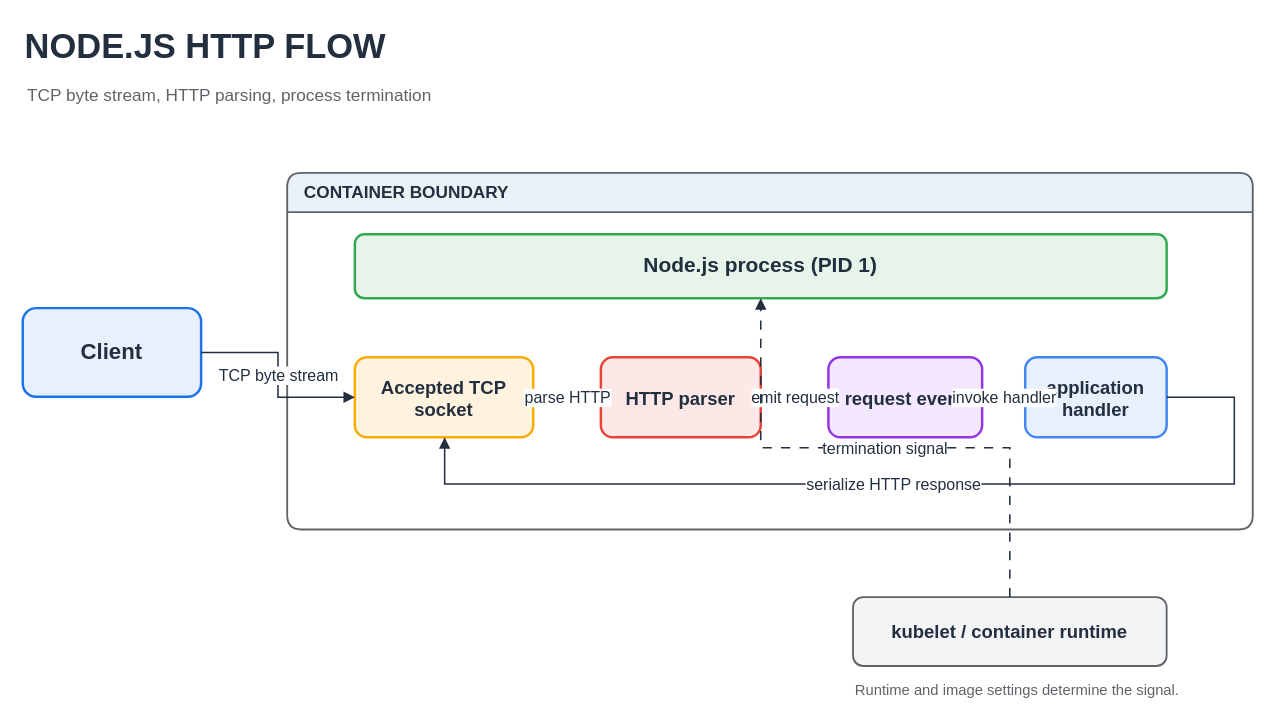
This is assets/img/nodejs/node-http-request-lifecycle-flow.drawio from KKamJi98/kkamji98.github.io, a draw.io file, before an edit. Source tidied: cells renumbered, new cells numbered last; positions are measured from the earlier drawing's top-left corner, leaving out a move shared by most shapes. Both pictures are drawn from the tidied source at 123%, with x=0, y=0 at pixel (22, 21).
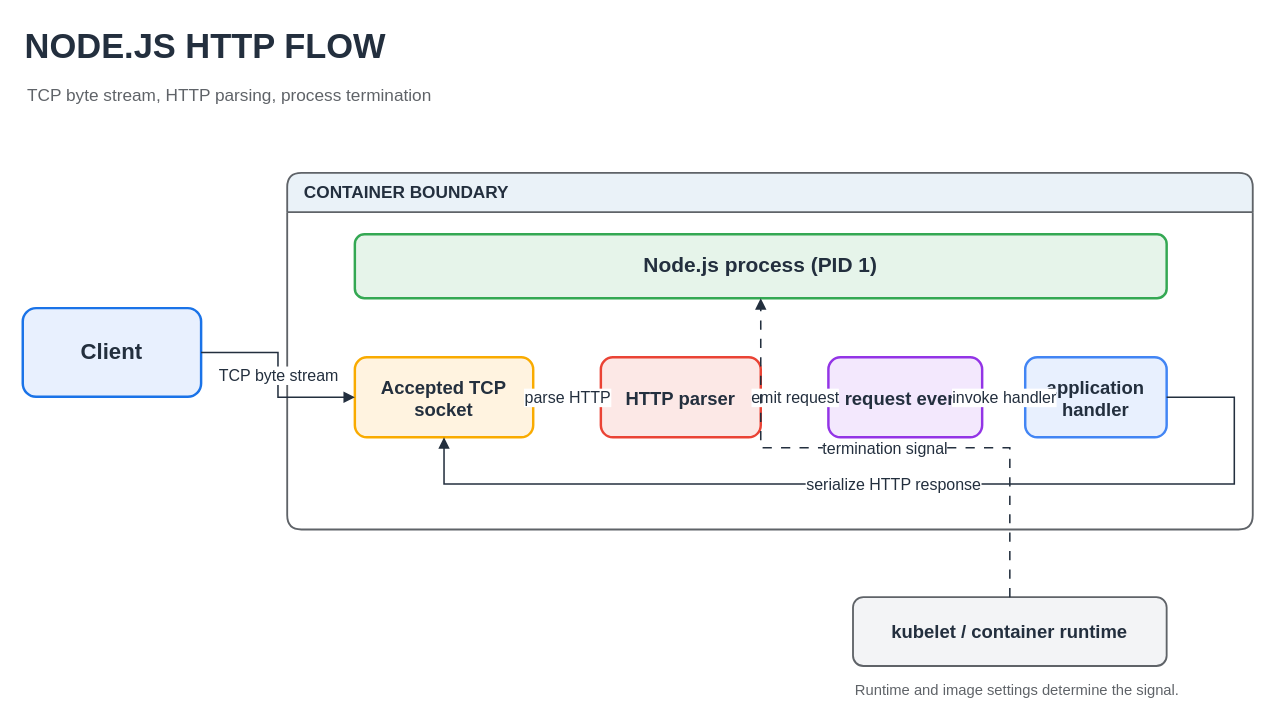
The same page after the edit.

The change refers to these unchanged cells:
```xml
<mxCell id="7" value="Accepted TCP socket" style="rounded=1;whiteSpace=wrap;html=1;fillColor=#FFF3E0;strokeColor=#F9AB00;strokeWidth=2;fontColor=#232F3E;fontSize=15;fontStyle=1;" parent="1" vertex="1">
  <mxGeometry x="270" y="273" width="145" height="65" as="geometry" />
</mxCell>
<mxCell id="10" value="application handler" style="rounded=1;whiteSpace=wrap;html=1;fillColor=#E8F0FE;strokeColor=#4285F4;strokeWidth=2;fontColor=#232F3E;fontSize=15;fontStyle=1;" parent="1" vertex="1">
  <mxGeometry x="815" y="273" width="115" height="65" as="geometry" />
</mxCell>
```

The edit, as a diff of the source:
```diff
@@
-    <mxCell id="15" value="serialize HTTP response" style="edgeStyle=orthogonalEdgeStyle;rounded=0;html=1;strokeColor=#232F3E;strokeWidth=1.25;endArrow=block;endFill=1;fontColor=#232F3E;fontSize=13;labelBackgroundColor=#FFFFFF;" parent="1" edge="1" source="10" target="7">
+    <mxCell id="15" value="serialize HTTP response" style="edgeStyle=orthogonalEdgeStyle;rounded=0;html=1;strokeColor=#232F3E;strokeWidth=1.25;endArrow=block;endFill=1;fontColor=#232F3E;fontSize=13;labelBackgroundColor=#FFFFFF;exitX=1;exitY=0.5;entryX=0.5;entryY=1;" parent="1" edge="1" source="10" target="7">
       <mxGeometry relative="1" as="geometry">
         <Array as="points">
+          <mxPoint x="985" y="305.5" />
           <mxPoint x="985" y="376" />
-          <mxPoint x="343" y="376" />
+          <mxPoint x="342.5" y="376" />
         </Array>
       </mxGeometry>
     </mxCell>
```
